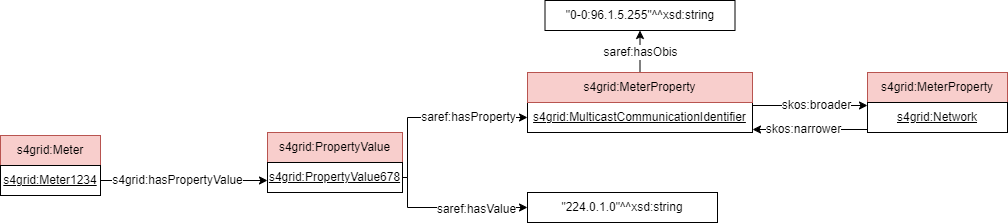
Above: documentation/diagrams/SAREF4GRID_Example_meter_1.png in Sergio-Carulli/saref4grid (draw.io), before the change. Source tidied: cells renumbered, new cells last; positions are measured from the earlier drawing's top-left corner, leaving out a move shared by most shapes.
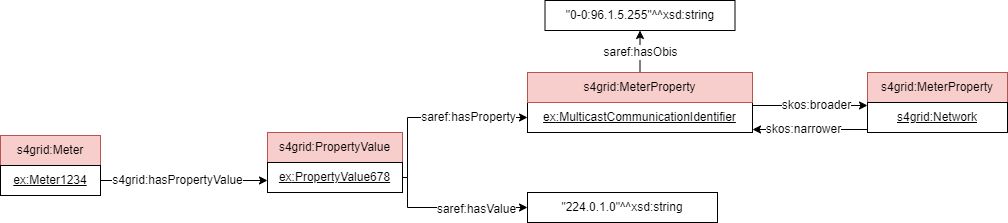
The same file after the commit.

The edit, as a diff of the source:
```diff
@@ -5,7 +5,7 @@
     <mxCell id="2" value="s4grid:PropertyValue" style="rounded=0;whiteSpace=wrap;html=1;fillColor=#f8cecc;strokeColor=#b85450;" parent="1" vertex="1">
       <mxGeometry x="267" y="132" width="135" height="30" as="geometry" />
     </mxCell>
-    <mxCell id="3" value="&lt;u&gt;s4grid:PropertyValue678&lt;/u&gt;" style="rounded=0;whiteSpace=wrap;html=1;snapToPoint=1;points=[[0.1,0],[0.2,0],[0.3,0],[0.4,0],[0.5,0],[0.6,0],[0.7,0],[0.8,0],[0.9,0],[0,0.1],[0,0.3],[0,0.5],[0,0.7],[0,0.9],[0.1,1],[0.2,1],[0.3,1],[0.4,1],[0.5,1],[0.6,1],[0.7,1],[0.8,1],[0.9,1],[1,0.1],[1,0.3],[1,0.5],[1,0.7],[1,0.9]];" parent="1" vertex="1">
+    <mxCell id="3" value="&lt;u style=&quot;border-color: var(--border-color);&quot;&gt;ex&lt;/u&gt;&lt;u&gt;:PropertyValue678&lt;/u&gt;" style="rounded=0;whiteSpace=wrap;html=1;snapToPoint=1;points=[[0.1,0],[0.2,0],[0.3,0],[0.4,0],[0.5,0],[0.6,0],[0.7,0],[0.8,0],[0.9,0],[0,0.1],[0,0.3],[0,0.5],[0,0.7],[0,0.9],[0.1,1],[0.2,1],[0.3,1],[0.4,1],[0.5,1],[0.6,1],[0.7,1],[0.8,1],[0.9,1],[1,0.1],[1,0.3],[1,0.5],[1,0.7],[1,0.9]];" parent="1" vertex="1">
       <mxGeometry x="267" y="162" width="135" height="30" as="geometry" />
     </mxCell>
     <mxCell id="4" value="s4grid:MeterProperty" style="rounded=0;whiteSpace=wrap;html=1;fillColor=#f8cecc;strokeColor=#b85450;" parent="1" vertex="1">
@@ -22,7 +22,7 @@
         </Array>
       </mxGeometry>
     </mxCell>
-    <mxCell id="7" value="&lt;u&gt;s4grid:MulticastCommunicationIdentifier&lt;/u&gt;" style="rounded=0;whiteSpace=wrap;html=1;snapToPoint=1;points=[[0.1,0],[0.2,0],[0.3,0],[0.4,0],[0.5,0],[0.6,0],[0.7,0],[0.8,0],[0.9,0],[0,0.1],[0,0.3],[0,0.5],[0,0.7],[0,0.9],[0.1,1],[0.2,1],[0.3,1],[0.4,1],[0.5,1],[0.6,1],[0.7,1],[0.8,1],[0.9,1],[1,0.1],[1,0.3],[1,0.5],[1,0.7],[1,0.9]];" parent="1" vertex="1">
+    <mxCell id="7" value="&lt;u style=&quot;border-color: var(--border-color);&quot;&gt;ex&lt;/u&gt;&lt;u&gt;:MulticastCommunicationIdentifier&lt;/u&gt;" style="rounded=0;whiteSpace=wrap;html=1;snapToPoint=1;points=[[0.1,0],[0.2,0],[0.3,0],[0.4,0],[0.5,0],[0.6,0],[0.7,0],[0.8,0],[0.9,0],[0,0.1],[0,0.3],[0,0.5],[0,0.7],[0,0.9],[0.1,1],[0.2,1],[0.3,1],[0.4,1],[0.5,1],[0.6,1],[0.7,1],[0.8,1],[0.9,1],[1,0.1],[1,0.3],[1,0.5],[1,0.7],[1,0.9]];" parent="1" vertex="1">
       <mxGeometry x="527" y="102" width="225" height="30" as="geometry" />
     </mxCell>
     <mxCell id="8" value="skos:broader" style="rounded=0;jettySize=auto;html=1;exitX=1;exitY=0.1;exitDx=0;exitDy=0;fontSize=12;entryX=0;entryY=0.1;entryDx=0;entryDy=0;" parent="1" edge="1" source="7" target="5">
@@ -51,7 +51,7 @@
     <mxCell id="14" value="s4grid:Meter" style="rounded=0;whiteSpace=wrap;html=1;fillColor=#f8cecc;strokeColor=#b85450;" parent="1" vertex="1">
       <mxGeometry y="135" width="100" height="30" as="geometry" />
     </mxCell>
-    <mxCell id="15" value="&lt;u&gt;s4grid:Meter1234&lt;/u&gt;" style="rounded=0;whiteSpace=wrap;html=1;snapToPoint=1;points=[[0.1,0],[0.2,0],[0.3,0],[0.4,0],[0.5,0],[0.6,0],[0.7,0],[0.8,0],[0.9,0],[0,0.1],[0,0.3],[0,0.5],[0,0.7],[0,0.9],[0.1,1],[0.2,1],[0.3,1],[0.4,1],[0.5,1],[0.6,1],[0.7,1],[0.8,1],[0.9,1],[1,0.1],[1,0.3],[1,0.5],[1,0.7],[1,0.9]];" parent="1" vertex="1">
+    <mxCell id="15" value="&lt;u style=&quot;border-color: var(--border-color);&quot;&gt;ex&lt;/u&gt;&lt;u&gt;:Meter1234&lt;/u&gt;" style="rounded=0;whiteSpace=wrap;html=1;snapToPoint=1;points=[[0.1,0],[0.2,0],[0.3,0],[0.4,0],[0.5,0],[0.6,0],[0.7,0],[0.8,0],[0.9,0],[0,0.1],[0,0.3],[0,0.5],[0,0.7],[0,0.9],[0.1,1],[0.2,1],[0.3,1],[0.4,1],[0.5,1],[0.6,1],[0.7,1],[0.8,1],[0.9,1],[1,0.1],[1,0.3],[1,0.5],[1,0.7],[1,0.9]];" parent="1" vertex="1">
       <mxGeometry y="165" width="100" height="30" as="geometry" />
     </mxCell>
     <mxCell id="16" value="s4grid:hasPropertyValue" style="rounded=0;jettySize=auto;html=1;exitX=1;exitY=0.5;exitDx=0;exitDy=0;fontSize=12;entryX=0;entryY=0.5;entryDx=0;entryDy=0;edgeStyle=orthogonalEdgeStyle;" parent="1" edge="1" source="15">
```
